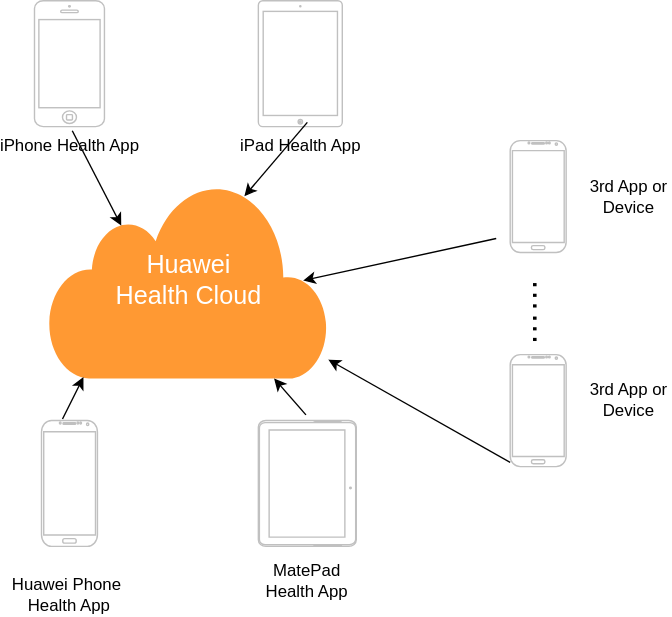
HuaHero/JavaGuide keeps this draw.io diagram as 运动健康云0层架构.drawio.svg. Above is the earlier version. Source tidied: cells renumbered, new cells last; positions are measured from the earlier drawing's top-left corner, leaving out a move shared by most shapes.
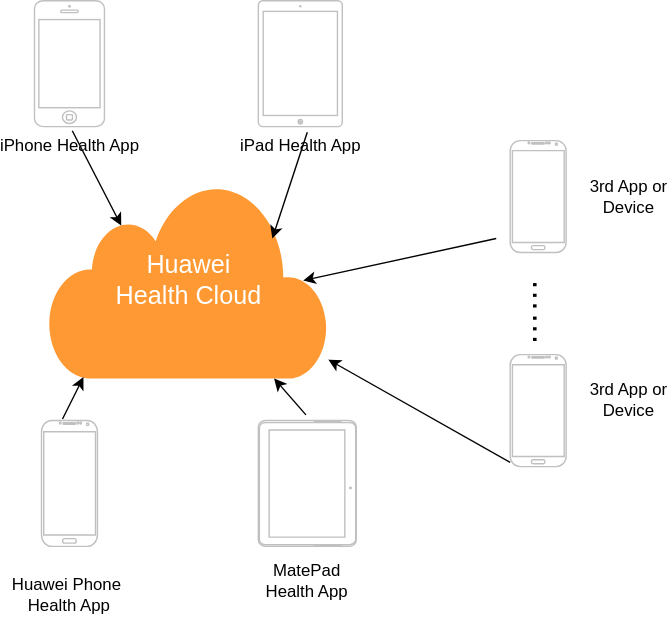
Later version of the same file.

Commit message:
更新运动健康云0层架构.drawio.svg

Change to the diagram source:
```diff
@@ -28,11 +28,6 @@
         <mxPoint x="350" y="170" as="sourcePoint" />
       </mxGeometry>
     </mxCell>
-    <mxCell id="10" style="endArrow=classic;html=1;rounded=0;entryX=0.7;entryY=0.07;entryDx=0;entryDy=0;entryPerimeter=0;" parent="1" edge="1" target="8">
-      <mxGeometry relative="1" as="geometry">
-        <mxPoint x="215" y="87" as="sourcePoint" />
-      </mxGeometry>
-    </mxCell>
     <mxCell id="11" style="endArrow=classic;html=1;rounded=0;entryX=0.26;entryY=0.22;entryDx=0;entryDy=0;entryPerimeter=0;exitX=0.54;exitY=1.033;exitDx=0;exitDy=0;exitPerimeter=0;" parent="1" edge="1" source="2" target="8">
       <mxGeometry relative="1" as="geometry" />
     </mxCell>
@@ -63,5 +58,10 @@
     <mxCell id="19" value="3rd App or Device" style="text;html=1;strokeColor=none;fillColor=none;align=center;verticalAlign=middle;whiteSpace=wrap;rounded=0;" parent="1" vertex="1">
       <mxGeometry x="415" y="270" width="60" height="30" as="geometry" />
     </mxCell>
+    <mxCell id="20" style="endArrow=classic;html=1;rounded=0;exitX=0.583;exitY=1.044;exitDx=0;exitDy=0;exitPerimeter=0;" parent="1" edge="1" source="3">
+      <mxGeometry relative="1" as="geometry">
+        <mxPoint x="190" y="170" as="targetPoint" />
+      </mxGeometry>
+    </mxCell>
   </root>
 </mxGraphModel>
```
